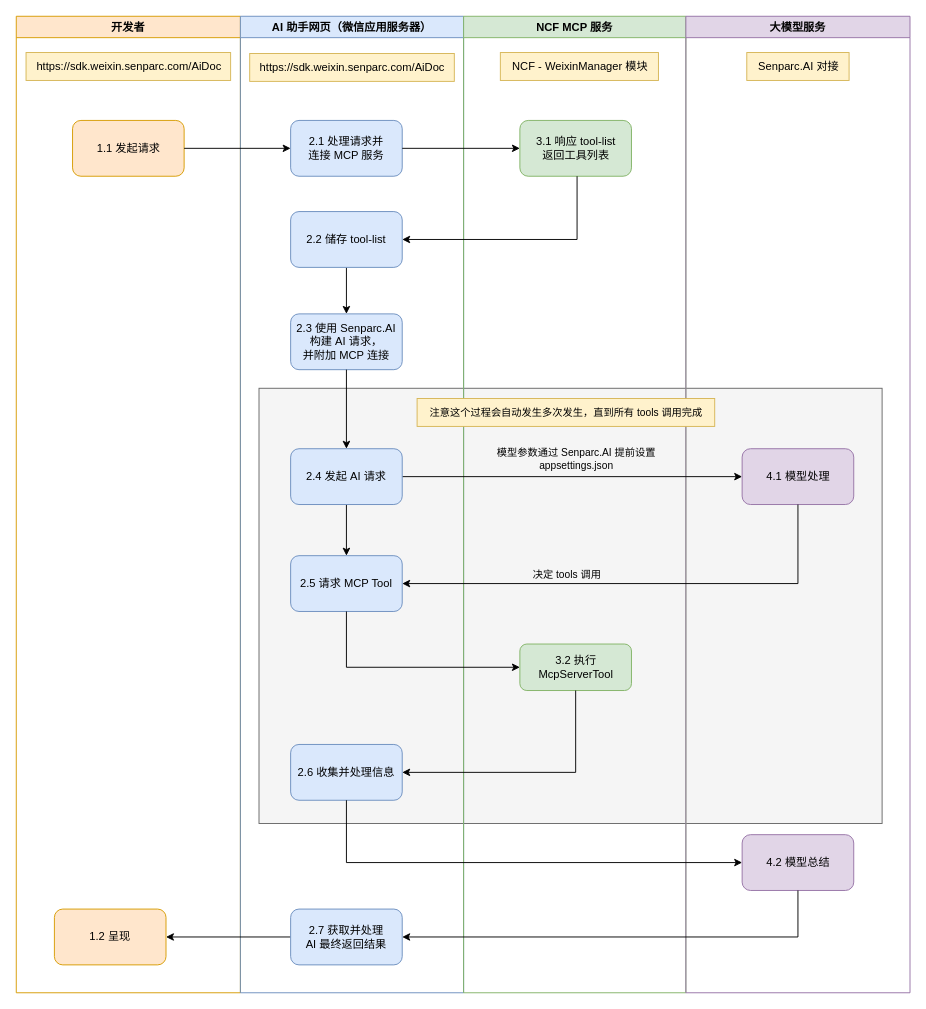
JeffreySu/WeiXinMPSDK keeps this draw.io diagram as page "微信 AI MCP 流程" (1 of 2) of 规范文档/流程图/微信 AI 助手.drawio. Above is the earlier version. Source tidied: cells renumbered, new cells numbered last; positions are measured from the earlier drawing's top-left corner, leaving out a move shared by most shapes. Both pictures are drawn from the tidied source at 93%, with x=0, y=0 at pixel (16, 16).
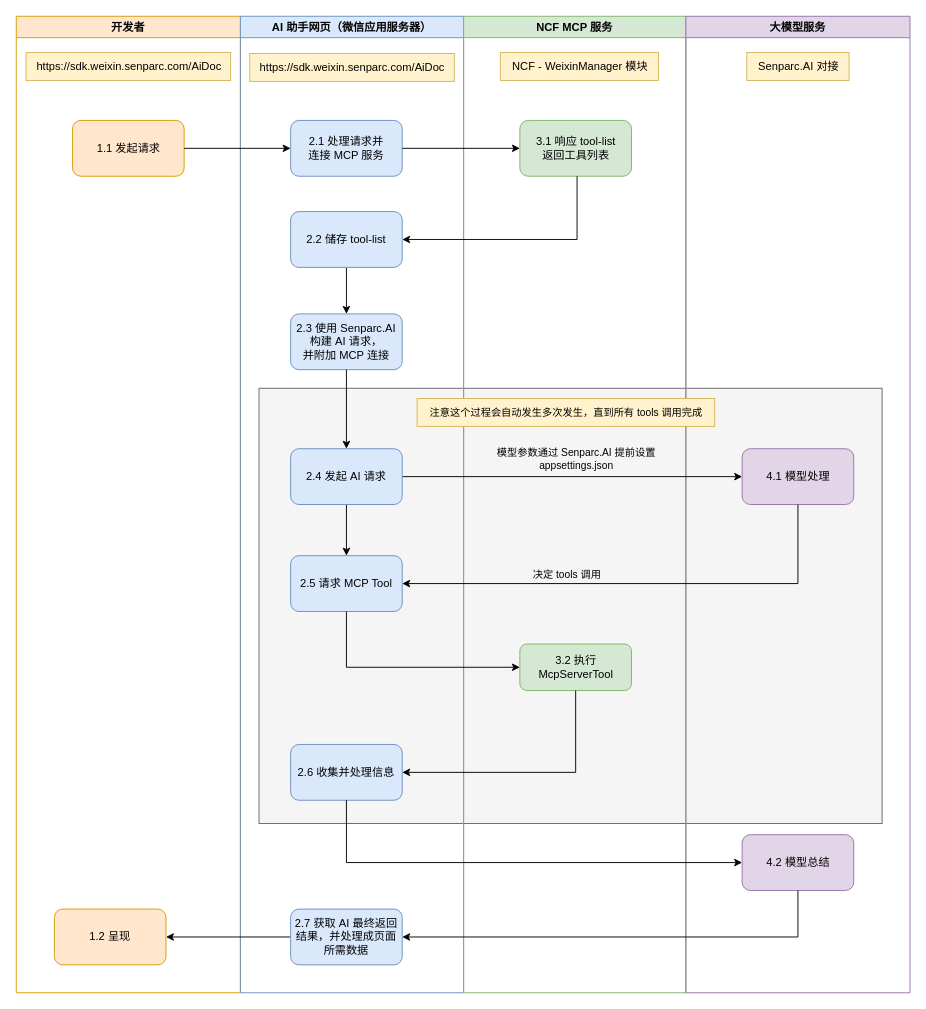
The same page after the edit.

Diff of the diagram source:
```diff
@@
-    <mxCell id="39" value="2.7 获取并处理&lt;div&gt;AI 最终返回结果&lt;/div&gt;" style="rounded=1;whiteSpace=wrap;html=1;fillColor=#dae8fc;strokeColor=#6c8ebf;" parent="1" vertex="1">
+    <mxCell id="39" value="2.7 获取&amp;nbsp;&lt;span style=&quot;background-color: initial;&quot;&gt;AI 最终返回结果，&lt;/span&gt;&lt;span style=&quot;background-color: initial;&quot;&gt;并处理成页面所需数据&lt;/span&gt;" style="rounded=1;whiteSpace=wrap;html=1;fillColor=#dae8fc;strokeColor=#6c8ebf;" parent="1" vertex="1">
       <mxGeometry x="295" y="960" width="120" height="60" as="geometry" />
     </mxCell>
```
